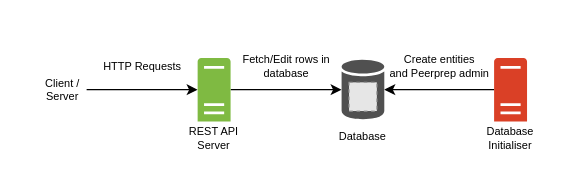
CS3219-AY2324S1-G04/peerprep_user_service keeps this draw.io diagram as images/architecture.drawio. Above is the earlier version. Source tidied: cells renumbered, new cells numbered last; positions are measured from the earlier drawing's top-left corner, leaving out a move shared by most shapes. Both pictures are drawn from the tidied source at 122%, with x=0, y=0 at pixel (38, 48). Pictures stored in the file or linked from it are replaced by grey dashed boxes.
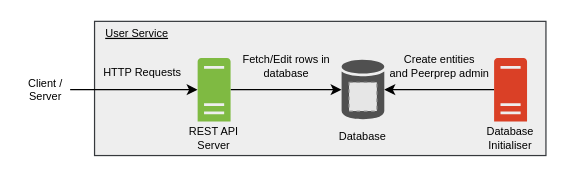
The same diagram, later.

Commit message (it also covers changes not shown here):
Update architecture diagram

The edit, as a diff of the source:
```diff
@@
 <mxGraphModel>
   <root>
     <mxCell id="0" />
     <mxCell id="1" parent="0" />
+    <mxCell id="17" style="rounded=0;whiteSpace=wrap;html=1;fillColor=#eeeeee;strokeColor=#36393d;" parent="1" vertex="1">
+      <mxGeometry x="46" y="-22" width="370" height="110" as="geometry" />
+    </mxCell>
     <mxCell id="2" style="edgeStyle=orthogonalEdgeStyle;rounded=0;jettySize=auto;html=1;" parent="1" edge="1" source="14" target="4">
       <mxGeometry relative="1" as="geometry" />
     </mxCell>
     <mxCell id="3" style="group;" parent="1" vertex="1">
       <mxGeometry x="248.5" y="9.5" width="35" height="49" as="geometry" />
     </mxCell>
     <mxCell id="4" style="sketch=0;shadow=0;dashed=0;html=1;strokeColor=none;fillColor=#505050;labelPosition=center;verticalLabelPosition=bottom;verticalAlign=top;outlineConnect=0;align=center;shape=mxgraph.office.databases.database;" parent="3" vertex="1">
       <mxGeometry width="35" height="49" as="geometry" />
     </mxCell>
     <mxCell id="5" style="fillColor=#E6E6E6;strokeColor=#999999;dashed=1;verticalLabelPosition=bottom;labelBackgroundColor=default;verticalAlign=top;" parent="3" vertex="1">
       <mxGeometry x="6.1" y="18.5" width="22.8" height="23.5" as="geometry" />
     </mxCell>
     <mxCell id="6" value="REST API Server" style="text;html=1;strokeColor=none;fillColor=none;align=center;verticalAlign=middle;whiteSpace=wrap;rounded=0;fontSize=9;spacing=2;horizontal=1;" parent="1" vertex="1">
       <mxGeometry x="114" y="60" width="60" height="28" as="geometry" />
     </mxCell>
     <mxCell id="7" style="edgeStyle=orthogonalEdgeStyle;rounded=0;jettySize=auto;html=1;" parent="1" edge="1" source="15" target="4">
       <mxGeometry relative="1" as="geometry" />
     </mxCell>
     <mxCell id="8" value="Create entities&lt;br style=&quot;font-size: 9px;&quot;&gt;and Peerprep admin" style="text;html=1;strokeColor=none;fillColor=none;align=center;verticalAlign=middle;whiteSpace=wrap;rounded=0;fontSize=9;spacing=2;horizontal=1;" parent="1" vertex="1">
       <mxGeometry x="283.5" y="-0.5" width="90" height="30" as="geometry" />
     </mxCell>
     <mxCell id="9" value="Database" style="text;html=1;strokeColor=none;fillColor=none;align=center;verticalAlign=middle;whiteSpace=wrap;rounded=0;fontSize=9;spacing=2;horizontal=1;" parent="1" vertex="1">
       <mxGeometry x="236" y="58.5" width="60" height="28" as="geometry" />
     </mxCell>
     <mxCell id="10" value="Database Initialiser" style="text;html=1;strokeColor=none;fillColor=none;align=center;verticalAlign=middle;whiteSpace=wrap;rounded=0;fontSize=9;spacing=2;horizontal=1;" parent="1" vertex="1">
       <mxGeometry x="357" y="60" width="60" height="28" as="geometry" />
     </mxCell>
     <mxCell id="11" value="Fetch/Edit rows in database" style="text;html=1;strokeColor=none;fillColor=none;align=center;verticalAlign=middle;whiteSpace=wrap;rounded=0;fontSize=9;spacing=2;horizontal=1;" parent="1" vertex="1">
       <mxGeometry x="157.5" y="-0.5" width="91" height="30" as="geometry" />
     </mxCell>
     <mxCell id="12" value="HTTP Requests" style="text;html=1;strokeColor=none;fillColor=none;align=center;verticalAlign=middle;whiteSpace=wrap;rounded=0;fontSize=9;spacing=2;horizontal=1;" parent="1" vertex="1">
-      <mxGeometry x="39.5" y="-0.5" width="91" height="30" as="geometry" />
+      <mxGeometry x="39.5" y="9.5" width="91" height="21.5" as="geometry" />
     </mxCell>
     <mxCell id="13" style="edgeStyle=orthogonalEdgeStyle;rounded=0;jettySize=auto;html=1;exitX=1;exitY=0.5;exitDx=0;exitDy=0;" parent="1" edge="1" source="16" target="14">
       <mxGeometry relative="1" as="geometry" />
     </mxCell>
     <mxCell id="14" style="sketch=0;shadow=0;dashed=0;html=1;strokeColor=none;labelPosition=center;verticalLabelPosition=bottom;verticalAlign=top;outlineConnect=0;align=center;shape=mxgraph.office.servers.server_generic;fillColor=#7FBA42;" parent="1" vertex="1">
       <mxGeometry x="130.5" y="8" width="27" height="52" as="geometry" />
     </mxCell>
     <mxCell id="15" style="sketch=0;shadow=0;dashed=0;html=1;strokeColor=none;labelPosition=center;verticalLabelPosition=bottom;verticalAlign=top;outlineConnect=0;align=center;shape=mxgraph.office.servers.server_generic;fillColor=#DA4026;" parent="1" vertex="1">
       <mxGeometry x="373.5" y="8" width="27" height="52" as="geometry" />
     </mxCell>
     <mxCell id="16" value="Client / Server" style="text;html=1;strokeColor=none;fillColor=none;align=center;verticalAlign=middle;whiteSpace=wrap;rounded=0;fontSize=9;spacing=2;horizontal=1;" parent="1" vertex="1">
-      <mxGeometry x="-0.5" y="17" width="40" height="34" as="geometry" />
+      <mxGeometry x="-14" y="17" width="40" height="34" as="geometry" />
     </mxCell>
+    <mxCell id="18" value="&lt;u&gt;User Service&lt;/u&gt;" style="text;html=1;strokeColor=none;fillColor=none;align=center;verticalAlign=middle;whiteSpace=wrap;rounded=0;fontSize=9;spacing=2;horizontal=1;" parent="1" vertex="1">
+      <mxGeometry x="46" y="-22" width="70" height="20" as="geometry" />
+    </mxCell>
   </root>
 </mxGraphModel>
```
